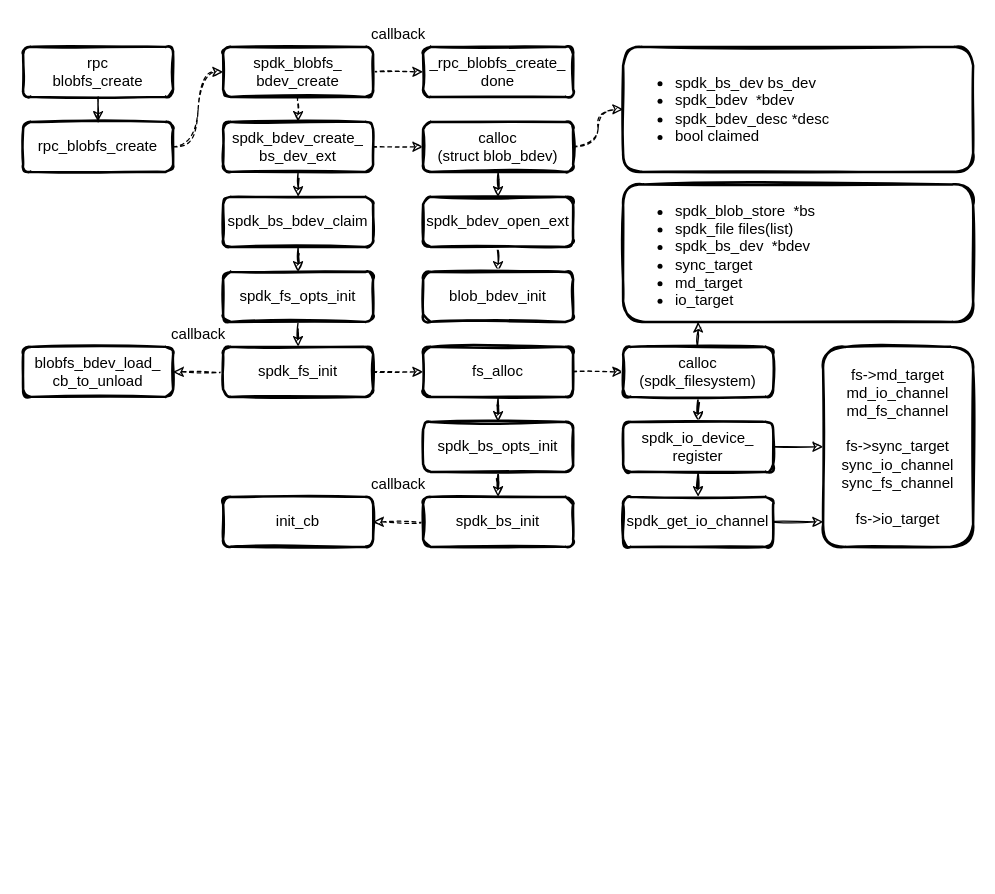
This is page "blobfs_create" (1 of 2) of spdk/spdk_blobfs.drawio from EarthWind/deeparch, a draw.io file, before an edit. Source tidied: cells renumbered, new cells numbered last; positions are measured from the earlier drawing's top-left corner, leaving out a move shared by most shapes. Both pictures are drawn from the tidied source at 125%, with x=0, y=0 at pixel (22, 21).
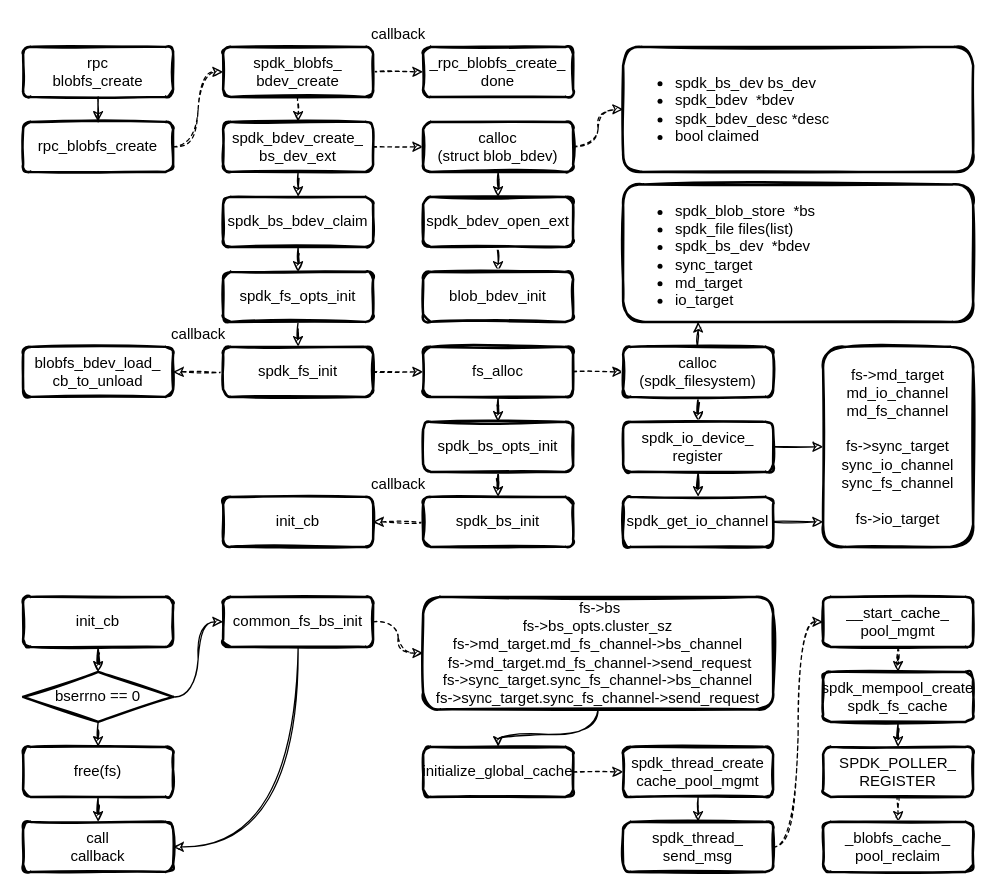
The same diagram, later.

The edit, as a diff of the source:
```diff
@@
+    <mxCell id="51" style="edgeStyle=orthogonalEdgeStyle;curved=1;rounded=0;sketch=1;jettySize=auto;html=1;entryX=0.5;entryY=0;entryDx=0;entryDy=0;" parent="1" edge="1" source="52" target="55">
+      <mxGeometry relative="1" as="geometry" />
+    </mxCell>
+    <mxCell id="52" value="init_cb" style="rounded=1;whiteSpace=wrap;html=1;strokeWidth=2;fillWeight=1;hachureGap=4;hachureAngle=45;sketch=1;fillColor=#FFFFFF;" parent="1" vertex="1">
+      <mxGeometry y="460" width="120" height="40" as="geometry" />
+    </mxCell>
+    <mxCell id="53" style="edgeStyle=orthogonalEdgeStyle;curved=1;rounded=0;sketch=1;jettySize=auto;html=1;entryX=0.5;entryY=0;entryDx=0;entryDy=0;" parent="1" edge="1" source="55" target="57">
+      <mxGeometry relative="1" as="geometry" />
+    </mxCell>
+    <mxCell id="54" style="edgeStyle=orthogonalEdgeStyle;curved=1;rounded=0;sketch=1;jettySize=auto;html=1;entryX=0;entryY=0.5;entryDx=0;entryDy=0;" parent="1" edge="1" source="55" target="61">
+      <mxGeometry relative="1" as="geometry" />
+    </mxCell>
+    <mxCell id="55" value="bserrno == 0" style="rhombus;whiteSpace=wrap;html=1;strokeWidth=2;fillWeight=-1;hachureGap=8;fillStyle=cross-hatch;sketch=1;fillColor=#FFFFFF;" parent="1" vertex="1">
+      <mxGeometry y="520" width="120" height="40" as="geometry" />
+    </mxCell>
+    <mxCell id="56" style="edgeStyle=orthogonalEdgeStyle;curved=1;rounded=0;sketch=1;jettySize=auto;html=1;entryX=0.5;entryY=0;entryDx=0;entryDy=0;" parent="1" edge="1" source="57" target="58">
+      <mxGeometry relative="1" as="geometry" />
+    </mxCell>
+    <mxCell id="57" value="free(fs)" style="rounded=1;whiteSpace=wrap;html=1;strokeWidth=2;fillWeight=1;hachureGap=4;hachureAngle=45;sketch=1;fillColor=#FFFFFF;" parent="1" vertex="1">
+      <mxGeometry y="580" width="120" height="40" as="geometry" />
+    </mxCell>
+    <mxCell id="58" value="call&lt;br&gt;callback" style="rounded=1;whiteSpace=wrap;html=1;strokeWidth=2;fillWeight=1;hachureGap=4;hachureAngle=45;sketch=1;fillColor=#FFFFFF;" parent="1" vertex="1">
+      <mxGeometry y="640" width="120" height="40" as="geometry" />
+    </mxCell>
+    <mxCell id="59" style="edgeStyle=orthogonalEdgeStyle;curved=1;rounded=0;sketch=1;jettySize=auto;html=1;entryX=1;entryY=0.5;entryDx=0;entryDy=0;exitX=0.5;exitY=1;exitDx=0;exitDy=0;" parent="1" edge="1" source="61" target="58">
+      <mxGeometry relative="1" as="geometry" />
+    </mxCell>
+    <mxCell id="60" style="edgeStyle=orthogonalEdgeStyle;curved=1;rounded=0;sketch=1;jettySize=auto;html=1;dashed=1;" parent="1" edge="1" source="61" target="63">
+      <mxGeometry relative="1" as="geometry" />
+    </mxCell>
+    <mxCell id="61" value="common_fs_bs_init" style="rounded=1;whiteSpace=wrap;html=1;strokeWidth=2;fillWeight=1;hachureGap=4;hachureAngle=45;sketch=1;fillColor=#FFFFFF;" parent="1" vertex="1">
+      <mxGeometry x="160" y="460" width="120" height="40" as="geometry" />
+    </mxCell>
+    <mxCell id="62" style="edgeStyle=orthogonalEdgeStyle;curved=1;rounded=0;sketch=1;jettySize=auto;html=1;entryX=0.5;entryY=0;entryDx=0;entryDy=0;" parent="1" edge="1" source="63" target="65">
+      <mxGeometry relative="1" as="geometry" />
+    </mxCell>
+    <mxCell id="63" value="&amp;nbsp;fs-&amp;gt;bs&lt;br&gt;fs-&amp;gt;bs_opts.cluster_sz&lt;br&gt;fs-&amp;gt;md_target.md_fs_channel-&amp;gt;bs_channel&lt;br&gt;&amp;nbsp;fs-&amp;gt;md_target.md_fs_channel-&amp;gt;send_request&lt;br&gt;fs-&amp;gt;sync_target.sync_fs_channel-&amp;gt;bs_channel&lt;br&gt;fs-&amp;gt;sync_target.sync_fs_channel-&amp;gt;send_request" style="rounded=1;whiteSpace=wrap;html=1;strokeWidth=2;fillWeight=1;hachureGap=4;hachureAngle=45;sketch=1;fillColor=#FFFFFF;" parent="1" vertex="1">
+      <mxGeometry x="320" y="460" width="280" height="90" as="geometry" />
+    </mxCell>
+    <mxCell id="64" style="edgeStyle=orthogonalEdgeStyle;curved=1;rounded=0;sketch=1;jettySize=auto;html=1;dashed=1;" parent="1" edge="1" source="65" target="67">
+      <mxGeometry relative="1" as="geometry" />
+    </mxCell>
+    <mxCell id="65" value="initialize_global_cache" style="rounded=1;whiteSpace=wrap;html=1;strokeWidth=2;fillWeight=1;hachureGap=4;hachureAngle=45;sketch=1;fillColor=#FFFFFF;" parent="1" vertex="1">
+      <mxGeometry x="320" y="580" width="120" height="40" as="geometry" />
+    </mxCell>
+    <mxCell id="66" style="edgeStyle=orthogonalEdgeStyle;curved=1;rounded=0;sketch=1;jettySize=auto;html=1;entryX=0.5;entryY=0;entryDx=0;entryDy=0;" parent="1" edge="1" source="67" target="69">
+      <mxGeometry relative="1" as="geometry" />
+    </mxCell>
+    <mxCell id="67" value="spdk_thread_create&lt;br&gt;cache_pool_mgmt" style="rounded=1;whiteSpace=wrap;html=1;strokeWidth=2;fillWeight=1;hachureGap=4;hachureAngle=45;sketch=1;fillColor=#FFFFFF;" parent="1" vertex="1">
+      <mxGeometry x="480" y="580" width="120" height="40" as="geometry" />
+    </mxCell>
+    <mxCell id="68" style="edgeStyle=orthogonalEdgeStyle;curved=1;rounded=0;sketch=1;jettySize=auto;html=1;dashed=1;entryX=0;entryY=0.5;entryDx=0;entryDy=0;" parent="1" edge="1" source="69" target="71">
+      <mxGeometry relative="1" as="geometry" />
+    </mxCell>
+    <mxCell id="69" value="spdk_thread_&lt;br&gt;send_msg" style="rounded=1;whiteSpace=wrap;html=1;strokeWidth=2;fillWeight=1;hachureGap=4;hachureAngle=45;sketch=1;fillColor=#FFFFFF;" parent="1" vertex="1">
+      <mxGeometry x="480" y="640" width="120" height="40" as="geometry" />
+    </mxCell>
+    <mxCell id="70" style="edgeStyle=orthogonalEdgeStyle;curved=1;rounded=0;sketch=1;jettySize=auto;html=1;dashed=1;" parent="1" edge="1" source="71" target="73">
+      <mxGeometry relative="1" as="geometry" />
+    </mxCell>
+    <mxCell id="71" value="__start_cache_&lt;br&gt;pool_mgmt" style="rounded=1;whiteSpace=wrap;html=1;strokeWidth=2;fillWeight=1;hachureGap=4;hachureAngle=45;sketch=1;fillColor=#FFFFFF;" parent="1" vertex="1">
+      <mxGeometry x="640" y="460" width="120" height="40" as="geometry" />
+    </mxCell>
+    <mxCell id="72" style="edgeStyle=orthogonalEdgeStyle;curved=1;rounded=0;sketch=1;jettySize=auto;html=1;" parent="1" edge="1" source="73" target="75">
+      <mxGeometry relative="1" as="geometry" />
+    </mxCell>
+    <mxCell id="73" value="spdk_mempool_create&lt;br&gt;spdk_fs_cache" style="rounded=1;whiteSpace=wrap;html=1;strokeWidth=2;fillWeight=1;hachureGap=4;hachureAngle=45;sketch=1;fillColor=#FFFFFF;" parent="1" vertex="1">
+      <mxGeometry x="640" y="520" width="120" height="40" as="geometry" />
+    </mxCell>
+    <mxCell id="74" style="edgeStyle=orthogonalEdgeStyle;curved=1;rounded=0;sketch=1;jettySize=auto;html=1;dashed=1;" parent="1" edge="1" source="75">
+      <mxGeometry relative="1" as="geometry">
+        <mxPoint x="700" y="640" as="targetPoint" />
+      </mxGeometry>
+    </mxCell>
+    <mxCell id="75" value="SPDK_POLLER_&lt;br&gt;REGISTER" style="rounded=1;whiteSpace=wrap;html=1;strokeWidth=2;fillWeight=1;hachureGap=4;hachureAngle=45;sketch=1;fillColor=#FFFFFF;" parent="1" vertex="1">
+      <mxGeometry x="640" y="580" width="120" height="40" as="geometry" />
+    </mxCell>
+    <mxCell id="76" value="_blobfs_cache_&lt;br&gt;pool_reclaim" style="rounded=1;whiteSpace=wrap;html=1;strokeWidth=2;fillWeight=1;hachureGap=4;hachureAngle=45;sketch=1;fillColor=#FFFFFF;" parent="1" vertex="1">
+      <mxGeometry x="640" y="640" width="120" height="40" as="geometry" />
+    </mxCell>
```
